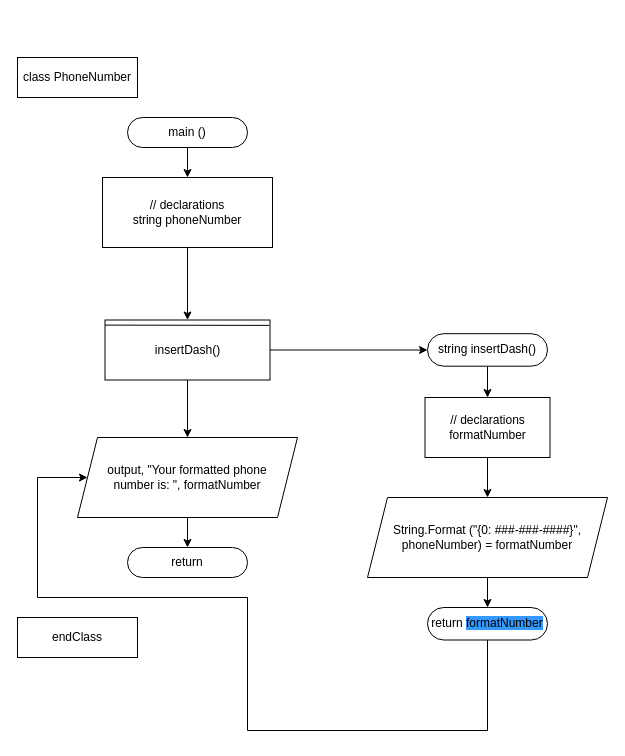
Before: L8Flowchart2.drawio in hmfranc/ubiquitous-octo-palm-tree, a draw.io diagram. Source tidied: cells renumbered, new cells numbered last; positions are measured from the earlier drawing's top-left corner, leaving out a move shared by most shapes. Both pictures are drawn from the tidied source at 100%, with x=0, y=0 at pixel (17, 57).
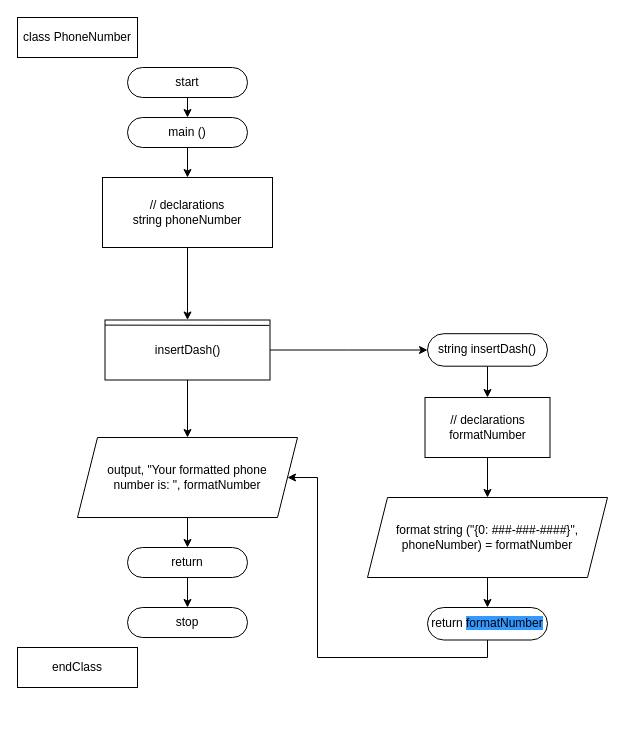
Above is the later version.

Unchanged cells that the change refers to:
```xml
<mxCell id="12" value="output, &quot;Your formatted phone&lt;br&gt;number is: &quot;, formatNumber" style="shape=parallelogram;perimeter=parallelogramPerimeter;whiteSpace=wrap;html=1;fixedSize=1;rounded=0;" parent="1" vertex="1">
  <mxGeometry x="60" y="380" width="220" height="80" as="geometry" />
</mxCell>
<mxCell id="13" value="return" style="rounded=1;whiteSpace=wrap;html=1;arcSize=50;" parent="1" vertex="1">
  <mxGeometry x="110" y="490" width="120" height="30" as="geometry" />
</mxCell>
<mxCell id="22" value="return &lt;span style=&quot;background-color: rgb(51 , 153 , 255)&quot;&gt;formatNumber&lt;/span&gt;" style="rounded=1;whiteSpace=wrap;html=1;arcSize=50;" parent="1" vertex="1">
  <mxGeometry x="410" y="550" width="120" height="32.5" as="geometry" />
</mxCell>
```

Diff of the diagram source:
```diff
@@
     <mxCell id="2" value="class PhoneNumber" style="rounded=0;whiteSpace=wrap;html=1;" parent="1" vertex="1">
-      <mxGeometry width="120" height="40" as="geometry" />
+      <mxGeometry y="-40" width="120" height="40" as="geometry" />
     </mxCell>
@@
+    <mxCell id="23" style="edgeStyle=orthogonalEdgeStyle;rounded=0;jettySize=auto;html=1;" parent="1" edge="1" source="13" target="26">
+      <mxGeometry relative="1" as="geometry" />
+    </mxCell>
@@
     <mxCell id="14" value="endClass" style="rounded=0;whiteSpace=wrap;html=1;" parent="1" vertex="1">
-      <mxGeometry y="560" width="120" height="40" as="geometry" />
+      <mxGeometry y="590" width="120" height="40" as="geometry" />
     </mxCell>
@@
-    <mxCell id="20" value="String.Format (&quot;{0: ###-###-####}&quot;, phoneNumber) = formatNumber" style="shape=parallelogram;perimeter=parallelogramPerimeter;whiteSpace=wrap;html=1;fixedSize=1;rounded=0;" parent="1" vertex="1">
+    <mxCell id="20" value="format string (&quot;{0: ###-###-####}&quot;, phoneNumber) = formatNumber" style="shape=parallelogram;perimeter=parallelogramPerimeter;whiteSpace=wrap;html=1;fixedSize=1;rounded=0;" parent="1" vertex="1">
       <mxGeometry x="350" y="440" width="240" height="80" as="geometry" />
     </mxCell>
-    <mxCell id="21" style="edgeStyle=orthogonalEdgeStyle;rounded=0;jettySize=auto;html=1;exitX=0.5;exitY=1;exitDx=0;exitDy=0;" parent="1" edge="1" source="22" target="12">
+    <mxCell id="21" style="edgeStyle=orthogonalEdgeStyle;rounded=0;jettySize=auto;html=1;exitX=0.5;exitY=1;exitDx=0;exitDy=0;entryX=1;entryY=0.5;entryDx=0;entryDy=0;" parent="1" edge="1" source="22" target="12">
       <mxGeometry relative="1" as="geometry">
         <Array as="points">
-          <mxPoint x="470" y="673" />
-          <mxPoint x="230" y="673" />
-          <mxPoint x="230" y="540" />
-          <mxPoint x="20" y="540" />
-          <mxPoint x="20" y="420" />
+          <mxPoint x="470" y="600" />
+          <mxPoint x="300" y="600" />
+          <mxPoint x="300" y="420" />
         </Array>
       </mxGeometry>
     </mxCell>
@@
+    <mxCell id="24" style="edgeStyle=orthogonalEdgeStyle;rounded=0;jettySize=auto;html=1;" parent="1" edge="1" source="25">
+      <mxGeometry relative="1" as="geometry">
+        <mxPoint x="170" y="60" as="targetPoint" />
+      </mxGeometry>
+    </mxCell>
+    <mxCell id="25" value="start" style="rounded=1;whiteSpace=wrap;html=1;arcSize=50;" parent="1" vertex="1">
+      <mxGeometry x="110" y="10" width="120" height="30" as="geometry" />
+    </mxCell>
+    <mxCell id="26" value="stop" style="rounded=1;whiteSpace=wrap;html=1;arcSize=50;" parent="1" vertex="1">
+      <mxGeometry x="110" y="550" width="120" height="30" as="geometry" />
+    </mxCell>
```
